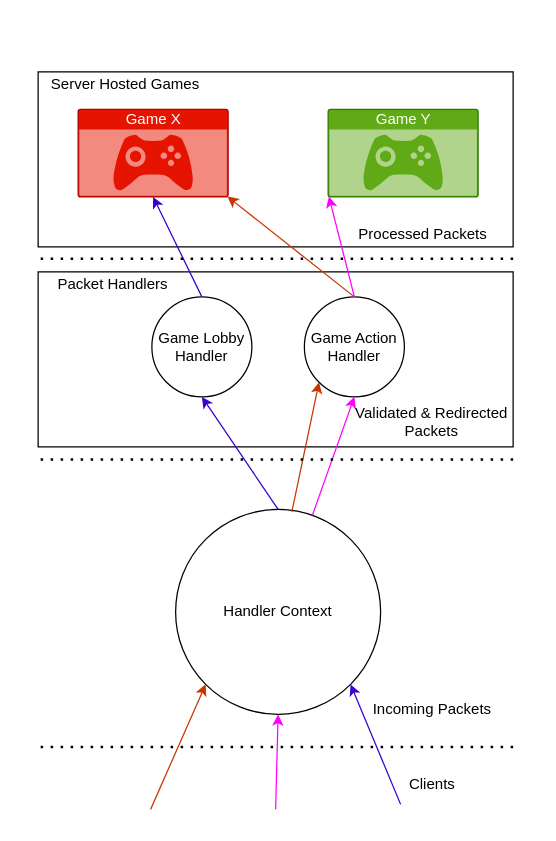
Before: Documentation/Drawio/ServerArchitecture.drawio in GeorgeVelikov/RLereWolf, a draw.io diagram. Source tidied: cells renumbered, new cells numbered last; positions are measured from the earlier drawing's top-left corner, leaving out a move shared by most shapes. Both pictures are drawn from the tidied source at 125%, with x=0, y=0 at pixel (38, 71).
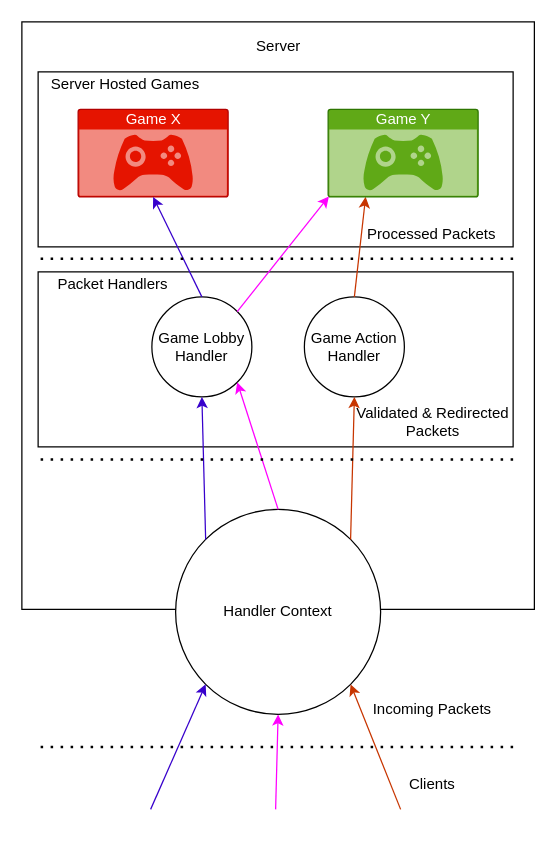
The same diagram, later.

Commit message (it also covers changes not shown here):
update architecture graphs

The change refers to these unchanged cells:
```xml
<mxCell id="4" value="Handler Context" style="ellipse;whiteSpace=wrap;html=1;" parent="1" vertex="1">
  <mxGeometry x="110" y="350" width="164" height="164" as="geometry" />
</mxCell>
<mxCell id="5" value="Game Lobby&lt;br&gt;Handler" style="ellipse;whiteSpace=wrap;html=1;" parent="1" vertex="1">
  <mxGeometry x="91" y="180" width="80" height="80" as="geometry" />
</mxCell>
<mxCell id="6" value="Game Action&lt;br&gt;Handler" style="ellipse;whiteSpace=wrap;html=1;" parent="1" vertex="1">
  <mxGeometry x="213" y="180" width="80" height="80" as="geometry" />
</mxCell>
<mxCell id="7" value="Game X" style="html=1;strokeColor=#B20000;fillColor=#e51400;labelPosition=center;verticalLabelPosition=middle;verticalAlign=top;align=center;fontSize=12;outlineConnect=0;spacingTop=-6;shape=mxgraph.sitemap.game;fontColor=#ffffff;" parent="1" vertex="1">
  <mxGeometry x="32" y="30" width="120" height="70" as="geometry" />
</mxCell>
<mxCell id="11" value="Game Y" style="html=1;strokeColor=#2D7600;fillColor=#60a917;labelPosition=center;verticalLabelPosition=middle;verticalAlign=top;align=center;fontSize=12;outlineConnect=0;spacingTop=-6;shape=mxgraph.sitemap.game;fontColor=#ffffff;" parent="1" vertex="1">
  <mxGeometry x="232" y="30" width="120" height="70" as="geometry" />
</mxCell>
```

What changed in the source:
```diff
@@
+    <mxCell id="28" style="rounded=0;whiteSpace=wrap;html=1;fontColor=#FF00FF;" parent="1" vertex="1">
+      <mxGeometry x="-13" y="-40" width="410" height="470" as="geometry" />
+    </mxCell>
@@
-    <mxCell id="8" style="endArrow=classic;html=1;exitX=0.567;exitY=0.012;exitDx=0;exitDy=0;entryX=0;entryY=1;entryDx=0;entryDy=0;exitPerimeter=0;fillColor=#fa6800;strokeColor=#C73500;" parent="1" edge="1" source="4" target="6">
+    <mxCell id="8" style="endArrow=classic;html=1;exitX=1;exitY=0;exitDx=0;exitDy=0;entryX=0.5;entryY=1;entryDx=0;entryDy=0;fillColor=#fa6800;strokeColor=#C73500;" parent="1" edge="1" source="4" target="6">
       <mxGeometry relative="1" as="geometry" />
     </mxCell>
@@
-    <mxCell id="10" style="endArrow=classic;html=1;exitX=0.5;exitY=0;exitDx=0;exitDy=0;entryX=0.995;entryY=0.995;entryDx=0;entryDy=0;entryPerimeter=0;fillColor=#fa6800;strokeColor=#C73500;" parent="1" edge="1" source="6" target="7">
+    <mxCell id="10" style="endArrow=classic;html=1;exitX=0.5;exitY=0;exitDx=0;exitDy=0;entryX=0.25;entryY=1;entryDx=0;entryDy=0;entryPerimeter=0;fillColor=#fa6800;strokeColor=#C73500;" parent="1" edge="1" source="6" target="11">
       <mxGeometry relative="1" as="geometry" />
     </mxCell>
@@
-    <mxCell id="12" style="endArrow=classic;html=1;exitX=0.5;exitY=0;exitDx=0;exitDy=0;entryX=0.005;entryY=0.995;entryDx=0;entryDy=0;entryPerimeter=0;strokeColor=#FF00FF;" parent="1" edge="1" source="6" target="11">
+    <mxCell id="12" style="endArrow=classic;html=1;exitX=1;exitY=0;exitDx=0;exitDy=0;entryX=0.005;entryY=0.995;entryDx=0;entryDy=0;entryPerimeter=0;strokeColor=#FF00FF;" parent="1" edge="1" source="5" target="11">
       <mxGeometry relative="1" as="geometry" />
     </mxCell>
-    <mxCell id="13" style="endArrow=classic;html=1;exitX=0.5;exitY=0;exitDx=0;exitDy=0;entryX=0.5;entryY=1;entryDx=0;entryDy=0;fillColor=#6a00ff;strokeColor=#3700CC;" parent="1" edge="1" source="4" target="5">
+    <mxCell id="13" style="endArrow=classic;html=1;exitX=0;exitY=0;exitDx=0;exitDy=0;entryX=0.5;entryY=1;entryDx=0;entryDy=0;fillColor=#6a00ff;strokeColor=#3700CC;" parent="1" edge="1" source="4" target="5">
       <mxGeometry relative="1" as="geometry" />
     </mxCell>
-    <mxCell id="14" style="endArrow=classic;html=1;entryX=0.5;entryY=1;entryDx=0;entryDy=0;strokeColor=#FF00FF;" parent="1" edge="1" source="4" target="6">
+    <mxCell id="14" style="endArrow=classic;html=1;entryX=1;entryY=1;entryDx=0;entryDy=0;strokeColor=#FF00FF;exitX=0.5;exitY=0;exitDx=0;exitDy=0;" parent="1" edge="1" source="4" target="5">
       <mxGeometry relative="1" as="geometry" />
     </mxCell>
-    <mxCell id="15" style="endArrow=classic;html=1;entryX=0;entryY=1;entryDx=0;entryDy=0;fillColor=#fa6800;strokeColor=#C73500;" parent="1" edge="1" target="4">
+    <mxCell id="15" style="endArrow=classic;html=1;entryX=1;entryY=1;entryDx=0;entryDy=0;fillColor=#fa6800;strokeColor=#C73500;" parent="1" edge="1" target="4">
       <mxGeometry relative="1" as="geometry">
-        <mxPoint x="90" y="590" as="sourcePoint" />
+        <mxPoint x="290" y="590" as="sourcePoint" />
       </mxGeometry>
     </mxCell>
@@
-    <mxCell id="17" style="endArrow=classic;html=1;entryX=1;entryY=1;entryDx=0;entryDy=0;fillColor=#6a00ff;strokeColor=#3700CC;" parent="1" edge="1" target="4">
+    <mxCell id="17" style="endArrow=classic;html=1;fillColor=#6a00ff;strokeColor=#3700CC;entryX=0;entryY=1;entryDx=0;entryDy=0;" parent="1" edge="1" target="4">
       <mxGeometry relative="1" as="geometry">
-        <mxPoint x="290" y="586" as="sourcePoint" />
+        <mxPoint x="90" y="590" as="sourcePoint" />
       </mxGeometry>
     </mxCell>
@@
     <mxCell id="20" value="Validated &amp;amp; Redirected Packets" style="text;html=1;strokeColor=none;fillColor=none;align=center;verticalAlign=middle;whiteSpace=wrap;rounded=0;" parent="1" vertex="1">
-      <mxGeometry x="250" y="270" width="130" height="20" as="geometry" />
+      <mxGeometry x="251" y="270" width="130" height="20" as="geometry" />
     </mxCell>
     <mxCell id="21" value="Processed Packets" style="text;html=1;strokeColor=none;fillColor=none;align=center;verticalAlign=middle;whiteSpace=wrap;rounded=0;" parent="1" vertex="1">
-      <mxGeometry x="242.5" y="120" width="130" height="20" as="geometry" />
+      <mxGeometry x="250" y="120" width="130" height="20" as="geometry" />
     </mxCell>
@@
+    <mxCell id="29" value="&lt;font color=&quot;#000000&quot;&gt;Server&lt;/font&gt;" style="text;html=1;align=center;verticalAlign=middle;fontColor=#FF00FF;" parent="1" vertex="1">
+      <mxGeometry x="167" y="-30" width="50" height="20" as="geometry" />
+    </mxCell>
```
